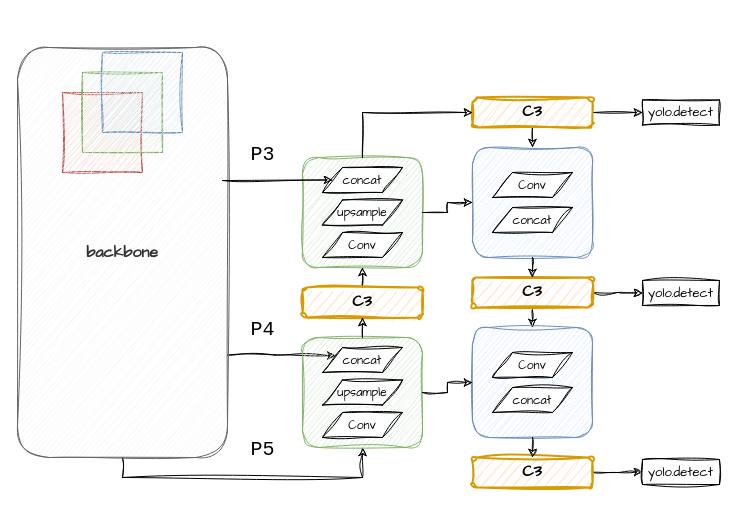
Above: page "simple" (7 of 12) of figs.drawio in 225ceV/tiny (draw.io), before the change. Source tidied: cells renumbered, new cells numbered last; positions are measured from the earlier drawing's top-left corner, leaving out a move shared by most shapes. Both pictures are drawn from the tidied source at 100%, with x=0, y=0 at pixel (17, 47).
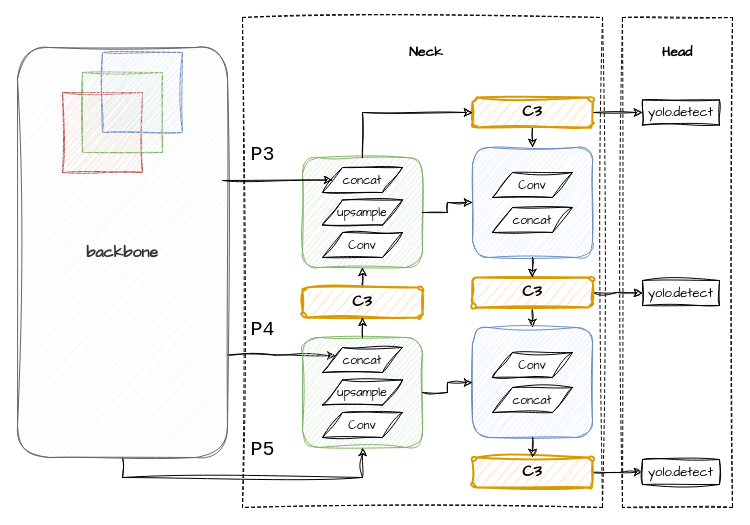
The same diagram, later.

Change to the diagram source:
```diff
@@
+    <mxCell id="50" style="rounded=0;whiteSpace=wrap;html=1;dashed=1;fillColor=none;sketch=1;curveFitting=1;jiggle=2;" parent="1" vertex="1">
+      <mxGeometry x="225" y="-30" width="360" height="490" as="geometry" />
+    </mxCell>
+    <mxCell id="51" value="&lt;font style=&quot;font-size: 14px;&quot; face=&quot;Comic Sans MS&quot;&gt;&lt;b&gt;Neck&lt;/b&gt;&lt;/font&gt;" style="text;html=1;strokeColor=none;fillColor=none;align=center;verticalAlign=middle;whiteSpace=wrap;rounded=0;" parent="1" vertex="1">
+      <mxGeometry x="379" y="-10" width="60" height="30" as="geometry" />
+    </mxCell>
+    <mxCell id="52" style="rounded=0;whiteSpace=wrap;html=1;dashed=1;fillColor=none;sketch=1;curveFitting=1;jiggle=2;" parent="1" vertex="1">
+      <mxGeometry x="605" y="-30" width="110" height="490" as="geometry" />
+    </mxCell>
+    <mxCell id="53" value="&lt;font style=&quot;font-size: 14px;&quot; face=&quot;Comic Sans MS&quot;&gt;&lt;b&gt;Head&lt;/b&gt;&lt;/font&gt;" style="text;html=1;strokeColor=none;fillColor=none;align=center;verticalAlign=middle;whiteSpace=wrap;rounded=0;" parent="1" vertex="1">
+      <mxGeometry x="630" y="-10" width="60" height="30" as="geometry" />
+    </mxCell>
```
